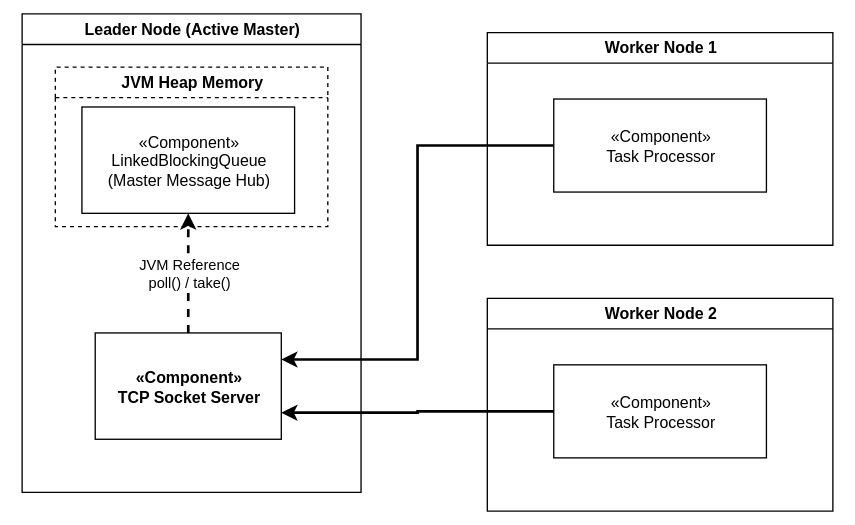
Earlier version of the draw.io export ArchitectureSpecification/4. Top Level Design/4.1 Architecture Design Strategy/4.1.3 DD-03 Distributed Queue/4.1.3.2 Design Approaches/Untitled Diagram 1.svg (reddiana/a-cert). Source tidied: cells renumbered, new cells last; positions are measured from the earlier drawing's top-left corner, leaving out a move shared by most shapes.
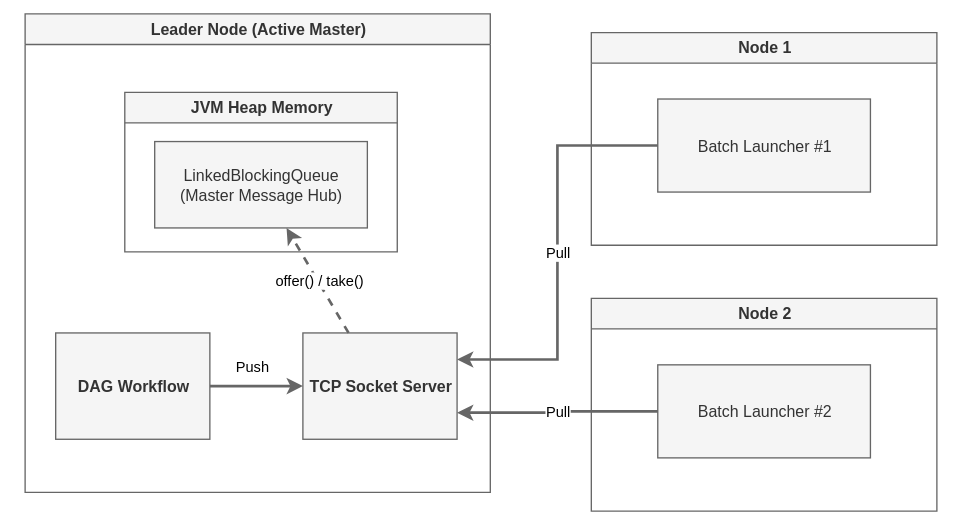
After the change.

What changed in the source:
```diff
@@ -2,37 +2,43 @@
   <root>
     <mxCell id="0" />
     <mxCell id="1" parent="0" />
-    <mxCell id="2" value="Leader Node (Active Master)" style="swimlane;whiteSpace=wrap;html=1;fontStyle=1;" parent="1" vertex="1">
-      <mxGeometry width="255" height="360" as="geometry" />
+    <mxCell id="2" value="Leader Node (Active Master)" style="swimlane;whiteSpace=wrap;html=1;fontStyle=1;fillColor=#f5f5f5;fontColor=#333333;strokeColor=#666666;" parent="1" vertex="1">
+      <mxGeometry x="-76" width="350" height="360" as="geometry" />
     </mxCell>
-    <mxCell id="3" value="«Component»&lt;br&gt;TCP Socket Server" style="html=1;whiteSpace=wrap;fontStyle=1;" parent="2" vertex="1">
-      <mxGeometry x="55" y="240" width="140" height="80" as="geometry" />
+    <mxCell id="3" value="TCP Socket Server" style="html=1;whiteSpace=wrap;fontStyle=1;fillColor=#f5f5f5;fontColor=#333333;strokeColor=#666666;" parent="2" vertex="1">
+      <mxGeometry x="209" y="240" width="116" height="80" as="geometry" />
     </mxCell>
-    <mxCell id="4" value="JVM Heap Memory" style="swimlane;whiteSpace=wrap;html=1;dashed=1;" parent="2" vertex="1">
-      <mxGeometry x="25" y="40" width="205" height="120" as="geometry" />
+    <mxCell id="4" value="JVM Heap Memory" style="swimlane;whiteSpace=wrap;html=1;fillColor=#f5f5f5;fontColor=#333333;strokeColor=#666666;" parent="2" vertex="1">
+      <mxGeometry x="75" y="59" width="205" height="120" as="geometry" />
     </mxCell>
-    <mxCell id="5" value="«Component»&#10;LinkedBlockingQueue&#10;(Master Message Hub)" style="html=1;whiteSpace=wrap;" parent="4" vertex="1">
-      <mxGeometry x="20" y="30" width="160" height="80" as="geometry" />
+    <mxCell id="5" value="LinkedBlockingQueue&lt;br&gt;(Master Message Hub)" style="html=1;whiteSpace=wrap;fillColor=#f5f5f5;fontColor=#333333;strokeColor=#666666;" parent="4" vertex="1">
+      <mxGeometry x="22.5" y="37" width="160" height="65" as="geometry" />
     </mxCell>
-    <mxCell id="6" value="JVM Reference&#10;poll() / take()" style="edgeStyle=orthogonalEdgeStyle;rounded=0;jettySize=auto;html=1;strokeWidth=2;dashed=1;" parent="2" edge="1" source="3" target="5">
+    <mxCell id="6" value="&amp;nbsp;offer() / take()" style="rounded=0;jettySize=auto;html=1;strokeWidth=2;dashed=1;fillColor=#f5f5f5;strokeColor=#666666;" parent="2" edge="1" source="3" target="5">
       <mxGeometry relative="1" as="geometry" />
     </mxCell>
+    <mxCell id="13" value="Push" style="edgeStyle=none;html=1;labelBackgroundColor=#ffffff;rounded=0;strokeWidth=2;fillColor=#f5f5f5;strokeColor=#666666;" parent="2" edge="1" source="14" target="3">
+      <mxGeometry x="-0.11" y="15" relative="1" as="geometry" />
+    </mxCell>
+    <mxCell id="14" value="&lt;div&gt;DAG Workflow&lt;/div&gt;" style="html=1;whiteSpace=wrap;fontStyle=1;fillColor=#f5f5f5;fontColor=#333333;strokeColor=#666666;" parent="2" vertex="1">
+      <mxGeometry x="23" y="240" width="116" height="80" as="geometry" />
+    </mxCell>
-    <mxCell id="7" value="Worker Node 1" style="swimlane;whiteSpace=wrap;html=1;fontStyle=1;" parent="1" vertex="1">
+    <mxCell id="7" value="Node 1" style="swimlane;whiteSpace=wrap;html=1;fontStyle=1;fillColor=#f5f5f5;fontColor=#333333;strokeColor=#666666;" parent="1" vertex="1">
       <mxGeometry x="350" y="14" width="260" height="160" as="geometry" />
     </mxCell>
-    <mxCell id="8" value="«Component»&#10;Task Processor" style="html=1;whiteSpace=wrap;" parent="7" vertex="1">
+    <mxCell id="8" value="Batch Launcher #1" style="html=1;whiteSpace=wrap;fillColor=#f5f5f5;fontColor=#333333;strokeColor=#666666;" parent="7" vertex="1">
       <mxGeometry x="50" y="50" width="160" height="70" as="geometry" />
     </mxCell>
-    <mxCell id="9" value="Worker Node 2" style="swimlane;whiteSpace=wrap;html=1;fontStyle=1;" parent="1" vertex="1">
+    <mxCell id="9" value="Node 2" style="swimlane;whiteSpace=wrap;html=1;fontStyle=1;fillColor=#f5f5f5;fontColor=#333333;strokeColor=#666666;" parent="1" vertex="1">
       <mxGeometry x="350" y="214" width="260" height="160" as="geometry" />
     </mxCell>
-    <mxCell id="10" value="«Component»&#10;Task Processor" style="html=1;whiteSpace=wrap;" parent="9" vertex="1">
+    <mxCell id="10" value="Batch Launcher #2" style="html=1;whiteSpace=wrap;fillColor=#f5f5f5;fontColor=#333333;strokeColor=#666666;" parent="9" vertex="1">
       <mxGeometry x="50" y="50" width="160" height="70" as="geometry" />
     </mxCell>
-    <mxCell id="11" style="edgeStyle=orthogonalEdgeStyle;rounded=0;jettySize=auto;html=1;entryX=1;entryY=0.25;entryDx=0;entryDy=0;exitX=0;exitY=0.5;exitDx=0;exitDy=0;strokeWidth=2;labelBackgroundColor=#ffffff;" parent="1" edge="1" source="8" target="3">
+    <mxCell id="11" value="Pull" style="edgeStyle=orthogonalEdgeStyle;rounded=0;jettySize=auto;html=1;entryX=1;entryY=0.25;entryDx=0;entryDy=0;exitX=0;exitY=0.5;exitDx=0;exitDy=0;strokeWidth=2;labelBackgroundColor=#ffffff;fillColor=#f5f5f5;strokeColor=#666666;" parent="1" edge="1" source="8" target="3">
       <mxGeometry relative="1" as="geometry" />
     </mxCell>
-    <mxCell id="12" style="edgeStyle=orthogonalEdgeStyle;rounded=0;jettySize=auto;html=1;entryX=1;entryY=0.75;entryDx=0;entryDy=0;exitX=0;exitY=0.5;exitDx=0;exitDy=0;strokeWidth=2;labelBackgroundColor=#ffffff;" parent="1" edge="1" source="10" target="3">
+    <mxCell id="12" value="Pull" style="edgeStyle=orthogonalEdgeStyle;rounded=0;jettySize=auto;html=1;entryX=1;entryY=0.75;entryDx=0;entryDy=0;exitX=0;exitY=0.5;exitDx=0;exitDy=0;strokeWidth=2;labelBackgroundColor=#ffffff;fillColor=#f5f5f5;strokeColor=#666666;" parent="1" edge="1" source="10" target="3">
       <mxGeometry relative="1" as="geometry" />
     </mxCell>
   </root>
```
